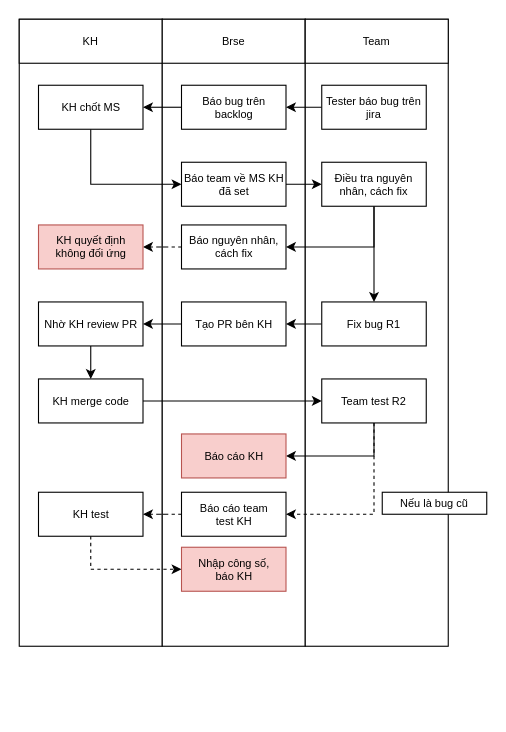
Above: UML_drawer/flow.drawio in namnguyen5902/UML_drawer (draw.io), before the change. Source tidied: cells renumbered, new cells numbered last; positions are measured from the earlier drawing's top-left corner, leaving out a move shared by most shapes. Both pictures are drawn from the tidied source at 110%, with x=0, y=0 at pixel (19, 19).
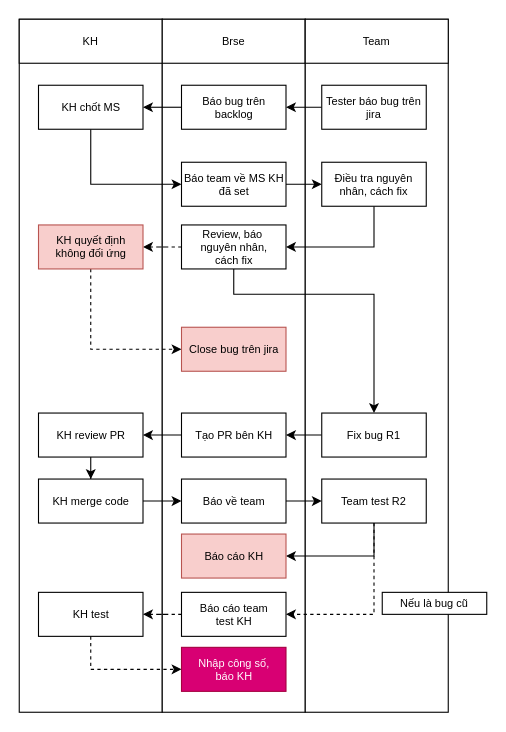
The same diagram, later.

The change refers to these unchanged cells:
```xml
<mxCell id="17" value="Điều tra nguyên nhân, cách fix" style="rounded=0;whiteSpace=wrap;html=1;fontSize=10;" parent="1" vertex="1">
  <mxGeometry x="275" y="130" width="95" height="40" as="geometry" />
</mxCell>
<mxCell id="38" value="KH quyết định&lt;div&gt;không đối ứng&lt;/div&gt;" style="rounded=0;whiteSpace=wrap;html=1;fontSize=10;fillColor=#f8cecc;strokeColor=#b85450;" parent="1" vertex="1">
  <mxGeometry x="17.5" y="187" width="95" height="40" as="geometry" />
</mxCell>
```

Diff of the diagram source:
```diff
@@
     <mxCell id="2" style="rounded=0;whiteSpace=wrap;html=1;fontSize=10;" parent="1" vertex="1">
-      <mxGeometry width="130" height="570" as="geometry" />
+      <mxGeometry width="130" height="630" as="geometry" />
     </mxCell>
     <mxCell id="3" style="rounded=0;whiteSpace=wrap;html=1;fontSize=10;" parent="1" vertex="1">
-      <mxGeometry x="130" width="130" height="570" as="geometry" />
+      <mxGeometry x="130" width="130" height="630" as="geometry" />
     </mxCell>
@@
     <mxCell id="6" style="rounded=0;whiteSpace=wrap;html=1;fontSize=10;" parent="1" vertex="1">
-      <mxGeometry x="260" width="130" height="570" as="geometry" />
+      <mxGeometry x="260" width="130" height="630" as="geometry" />
     </mxCell>
@@
-    <mxCell id="15" style="edgeStyle=orthogonalEdgeStyle;rounded=0;jettySize=auto;html=1;entryX=0.5;entryY=0;entryDx=0;entryDy=0;exitX=0.5;exitY=1;exitDx=0;exitDy=0;" parent="1" edge="1" source="17" target="19">
-      <mxGeometry relative="1" as="geometry" />
+    <mxCell id="15" style="edgeStyle=orthogonalEdgeStyle;rounded=0;jettySize=auto;html=1;entryX=0.5;entryY=0;entryDx=0;entryDy=0;exitX=0.5;exitY=1;exitDx=0;exitDy=0;" parent="1" edge="1" source="31" target="19">
+      <mxGeometry relative="1" as="geometry">
+        <Array as="points">
+          <mxPoint x="195" y="250" />
+          <mxPoint x="323" y="250" />
+        </Array>
+      </mxGeometry>
     </mxCell>
@@
     <mxCell id="19" value="Fix bug R1" style="rounded=0;whiteSpace=wrap;html=1;fontSize=10;" parent="1" vertex="1">
-      <mxGeometry x="275" y="257" width="95" height="40" as="geometry" />
+      <mxGeometry x="275" y="358" width="95" height="40" as="geometry" />
     </mxCell>
@@
     <mxCell id="21" value="Tạo PR bên KH" style="rounded=0;whiteSpace=wrap;html=1;fontSize=10;" parent="1" vertex="1">
-      <mxGeometry x="147.5" y="257" width="95" height="40" as="geometry" />
+      <mxGeometry x="147.5" y="358" width="95" height="40" as="geometry" />
     </mxCell>
@@
-    <mxCell id="23" value="Nhờ KH review PR" style="rounded=0;whiteSpace=wrap;html=1;fontSize=10;" parent="1" vertex="1">
-      <mxGeometry x="17.5" y="257" width="95" height="40" as="geometry" />
+    <mxCell id="23" value="K&lt;span style=&quot;background-color: initial;&quot;&gt;H review PR&lt;/span&gt;" style="rounded=0;whiteSpace=wrap;html=1;fontSize=10;" parent="1" vertex="1">
+      <mxGeometry x="17.5" y="358" width="95" height="40" as="geometry" />
     </mxCell>
-    <mxCell id="24" style="edgeStyle=orthogonalEdgeStyle;rounded=0;jettySize=auto;html=1;entryX=0;entryY=0.5;entryDx=0;entryDy=0;" parent="1" edge="1" source="25" target="27">
+    <mxCell id="24" style="edgeStyle=orthogonalEdgeStyle;rounded=0;jettySize=auto;html=1;entryX=0;entryY=0.5;entryDx=0;entryDy=0;" parent="1" edge="1" source="25" target="42">
       <mxGeometry relative="1" as="geometry" />
     </mxCell>
     <mxCell id="25" value="KH merge code" style="rounded=0;whiteSpace=wrap;html=1;fontSize=10;" parent="1" vertex="1">
-      <mxGeometry x="17.5" y="327" width="95" height="40" as="geometry" />
+      <mxGeometry x="17.5" y="418" width="95" height="40" as="geometry" />
     </mxCell>
@@
     <mxCell id="27" value="Team test R2" style="rounded=0;whiteSpace=wrap;html=1;fontSize=10;" parent="1" vertex="1">
-      <mxGeometry x="275" y="327" width="95" height="40" as="geometry" />
+      <mxGeometry x="275" y="418" width="95" height="40" as="geometry" />
     </mxCell>
     <mxCell id="28" value="Báo cáo KH" style="rounded=0;whiteSpace=wrap;html=1;fontSize=10;fillColor=#f8cecc;strokeColor=#b85450;" parent="1" vertex="1">
-      <mxGeometry x="147.5" y="377" width="95" height="40" as="geometry" />
+      <mxGeometry x="147.5" y="468" width="95" height="40" as="geometry" />
     </mxCell>
@@
-    <mxCell id="31" value="Báo nguyên nhân,&lt;div&gt;cách fix&lt;/div&gt;" style="rounded=0;whiteSpace=wrap;html=1;fontSize=10;" parent="1" vertex="1">
+    <mxCell id="31" value="&lt;div&gt;Review, b&lt;span style=&quot;background-color: initial;&quot;&gt;áo&amp;nbsp;&lt;/span&gt;&lt;/div&gt;&lt;div&gt;&lt;span style=&quot;background-color: initial;&quot;&gt;nguyên nhân,&lt;/span&gt;&lt;/div&gt;&lt;div&gt;cách fix&lt;/div&gt;" style="rounded=0;whiteSpace=wrap;html=1;fontSize=10;" parent="1" vertex="1">
       <mxGeometry x="147.5" y="187" width="95" height="40" as="geometry" />
     </mxCell>
@@
     <mxCell id="33" value="Báo cáo team&lt;div&gt;test KH&lt;/div&gt;" style="rounded=0;whiteSpace=wrap;html=1;fontSize=10;" parent="1" vertex="1">
-      <mxGeometry x="147.5" y="430" width="95" height="40" as="geometry" />
+      <mxGeometry x="147.5" y="521" width="95" height="40" as="geometry" />
     </mxCell>
@@
     <mxCell id="36" value="KH test" style="rounded=0;whiteSpace=wrap;html=1;fontSize=10;" parent="1" vertex="1">
-      <mxGeometry x="17.5" y="430" width="95" height="40" as="geometry" />
+      <mxGeometry x="17.5" y="521" width="95" height="40" as="geometry" />
     </mxCell>
-    <mxCell id="37" value="Nhập công số,&lt;div&gt;báo KH&lt;/div&gt;" style="rounded=0;whiteSpace=wrap;html=1;fontSize=10;fillColor=#f8cecc;strokeColor=#b85450;" parent="1" vertex="1">
-      <mxGeometry x="147.5" y="480" width="95" height="40" as="geometry" />
+    <mxCell id="37" value="Nhập công số,&lt;div&gt;báo KH&lt;/div&gt;" style="rounded=0;whiteSpace=wrap;html=1;fontSize=10;fillColor=#d80073;strokeColor=#A50040;fontColor=#ffffff;" parent="1" vertex="1">
+      <mxGeometry x="147.5" y="571" width="95" height="40" as="geometry" />
     </mxCell>
+    <mxCell id="40" style="edgeStyle=orthogonalEdgeStyle;rounded=0;jettySize=auto;html=1;entryX=0;entryY=0.5;entryDx=0;entryDy=0;exitX=0.5;exitY=1;exitDx=0;exitDy=0;dashed=1;" parent="1" edge="1" source="38" target="43">
+      <mxGeometry relative="1" as="geometry" />
+    </mxCell>
@@
     <mxCell id="39" value="Nếu là bug cũ" style="rounded=0;whiteSpace=wrap;html=1;fontSize=10;" parent="1" vertex="1">
-      <mxGeometry x="330" y="430" width="95" height="20" as="geometry" />
+      <mxGeometry x="330" y="521" width="95" height="20" as="geometry" />
     </mxCell>
+    <mxCell id="41" style="edgeStyle=orthogonalEdgeStyle;rounded=0;jettySize=auto;html=1;" parent="1" edge="1" source="42" target="27">
+      <mxGeometry relative="1" as="geometry" />
+    </mxCell>
+    <mxCell id="42" value="Báo về team" style="rounded=0;whiteSpace=wrap;html=1;fontSize=10;" parent="1" vertex="1">
+      <mxGeometry x="147.5" y="418" width="95" height="40" as="geometry" />
+    </mxCell>
+    <mxCell id="43" value="Close bug trên jira" style="rounded=0;whiteSpace=wrap;html=1;fontSize=10;fillColor=#f8cecc;strokeColor=#b85450;" parent="1" vertex="1">
+      <mxGeometry x="147.5" y="280" width="95" height="40" as="geometry" />
+    </mxCell>
```
